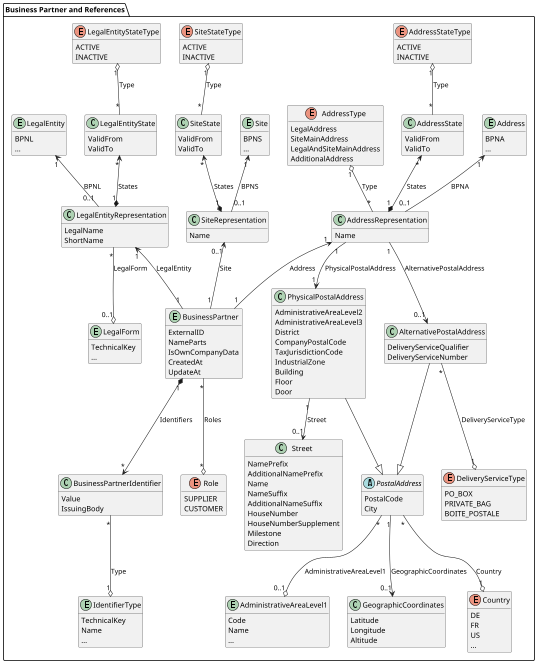
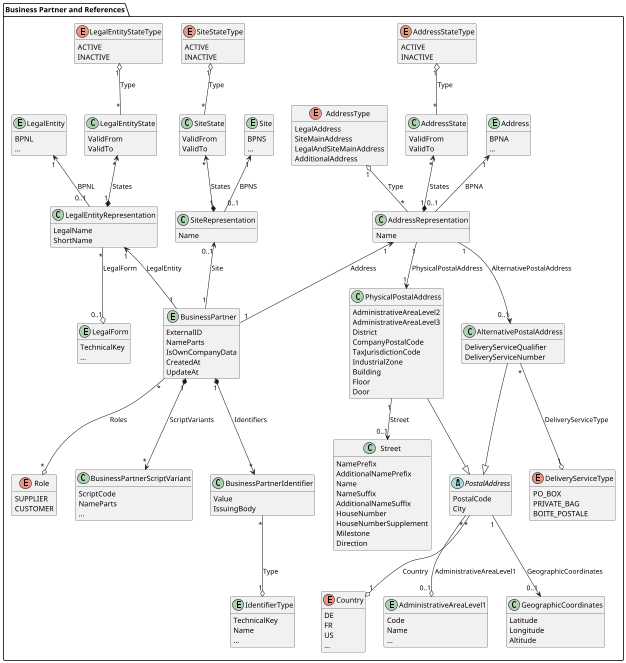
@startuml business-partner

skinparam dpi 50

package "Business Partner and References" {
  entity BusinessPartner {
    ExternalID
    NameParts
    IsOwnCompanyData
    CreatedAt
    UpdateAt
  }

  ' taken out from 24.05 using the separate entity states only
  ' class BusinessPartnerState {
  '   ValidFrom
  '   ValidTo
  ' }

  ' enum BusinessPartnerStateType {
  '   Active
  '   Inactive
  ' }

  class LegalEntityState {
    ValidFrom
    ValidTo
  }

  enum LegalEntityStateType {
    ACTIVE
    INACTIVE
  }

  class SiteState {
    ValidFrom
    ValidTo
  }

  enum SiteStateType{
    ACTIVE
    INACTIVE
  }

  class AddressState {
    ValidFrom
    ValidTo
  }

  enum AddressStateType{
    ACTIVE
    INACTIVE
  }

  class BusinessPartnerIdentifier {
    Value
    IssuingBody
  }

  ' taken out from 24.05, as not clear if this is modelled correctly
  ' class Classification{
  '   Value
  '   Code
  ' }

  ' enum ClassificationType {
  '   NACE
  '   NAF
  '   NAICS
  '   SIC
  ' }

  entity IdentifierType {
    TechnicalKey
    Name
    ...
  }

  enum Role {
    SUPPLIER
    CUSTOMER
  }

  entity LegalForm {
    TechnicalKey
    ...
  }

  entity LegalEntity {
    BPNL
    ...
  }

  class LegalEntityRepresentation {
    LegalName
    ShortName
  }

  entity Site {
    BPNS
    ...
  }

  class SiteRepresentation {
    Name
  }

  entity Address {
    BPNA
    ...
  }

  class AddressRepresentation {
    Name
  }

  ' not yet standardized, as not clear if operating company can correctly implement it
  ' class ConfidenceCriteria {
  '   SharedByOwner
  '   CheckedByExternalSource
  '   NumberOfSharingMembers
  '   LastConfidenceCheckAt
  '   NextConfidenceCheckAt
  '   ConfidenceLevel
  ' }

  class AddressRepresentation { }

  enum AddressType {
    LegalAddress
    SiteMainAddress
    LegalAndSiteMainAddress
    AdditionalAddress
  }

  class AlternativePostalAddress{
    DeliveryServiceQualifier
    DeliveryServiceNumber
  }

  enum DeliveryServiceType {
    PO_BOX
    PRIVATE_BAG
    BOITE_POSTALE
  }

  class PhysicalPostalAddress{
    AdministrativeAreaLevel2
    AdministrativeAreaLevel3
    District
    CompanyPostalCode
    TaxJurisdictionCode
    IndustrialZone
    Building
    Floor
    Door
  }

  abstract class PostalAddress{
    PostalCode
    City
  }

  enum Country {
    DE
    FR
    US
    ...
  }

  entity AdministrativeAreaLevel1{
    Code
    Name
    ...
  }

  class GeographicCoordinates {
    Latitude
    Longitude
    Altitude
  }

  class Street {
    NamePrefix
    AdditionalNamePrefix
    Name
    NameSuffix
    AdditionalNameSuffix
    HouseNumber
    HouseNumberSupplement
    Milestone
    Direction
  }

-   ' not implemented / standardized yet
-   ' class LegalEntityScriptVariant {
-   '   LegalName
-   '   ShortName
-   ' }
- 
-   ' class SiteScriptVariant {
-   '   Name
-   ' }
- 
-   ' class AddressScriptVariant {
-   '   Name
-   ' }
- 
-   ' class BusinessPartnerScriptVariant {
-   '   NameParts
-   ' }
- 
-   ' enum ScriptCode {
-   '   Arab
-   '   Cyrl
-   '   Hans
-   '   Jpan
-   '   Latn
-   '   ...
-   ' }
+   class BusinessPartnerScriptVariant {
+     ScriptCode
+     NameParts
+     ...
+   }

  BusinessPartner "1" -u-> "1" LegalEntityRepresentation : LegalEntity
  BusinessPartner "1" -u-> "0..1" SiteRepresentation : Site
  BusinessPartner "1" -u-> "1" AddressRepresentation : Address

  LegalEntityRepresentation "0..1" -u-> "1" LegalEntity : BPNL
  SiteRepresentation "0..1" -u-> "1" Site : BPNS
  AddressRepresentation "0..1" -u-> "1" Address : BPNA

  AddressRepresentation "*" -u-o "1" AddressType : Type
  AddressRepresentation "1" -d-> "0..1" AlternativePostalAddress : AlternativePostalAddress
  AlternativePostalAddress "*" -d-o "1" DeliveryServiceType : DeliveryServiceType
  AlternativePostalAddress -d-|> PostalAddress

  AddressRepresentation "1" -d-> "1" PhysicalPostalAddress : PhysicalPostalAddress
  PhysicalPostalAddress "1" -d-> "0..1" Street : Street
  PhysicalPostalAddress -d-|> PostalAddress

  PostalAddress "*" -d-o "1" Country : Country
  PostalAddress "*" -d-o "0..1" AdministrativeAreaLevel1 : AdministrativeAreaLevel1
  PostalAddress "1" -d-> "0..1" GeographicCoordinates : GeographicCoordinates

  ' not yet standardized, as not clear if operating company can correctly implement it
  ' LegalEntityRepresentation "1" -u-> "1" ConfidenceCriteria : ConfidenceCriteria
  ' SiteRepresentation "1" -u-> "1" ConfidenceCriteria : ConfidenceCriteria
  ' AddressRepresentation "1" -u-> "1" ConfidenceCriteria : ConfidenceCriteria

  ' taken out from 24.05 using the separate entity states only
  ' BusinessPartner "1" *-d-> "*" BusinessPartnerState : States
  ' BusinessPartnerState "*" -d-o "1" BusinessPartnerStateType : Type

  LegalEntityRepresentation "1" *-u-> "*" LegalEntityState : States
  LegalEntityState "*" -u-o "1" LegalEntityStateType : Type

  SiteRepresentation "1" *-u-> "*" SiteState : States
  SiteState "*" -u-o "1" SiteStateType : Type

  AddressRepresentation "1" *-u-> "*" AddressState : States
  AddressState "*" -u-o "1" AddressStateType : Type

  BusinessPartner "1" *-d-> "*" BusinessPartnerIdentifier : Identifiers
  BusinessPartnerIdentifier "*" -d-o "1" IdentifierType : Type

  BusinessPartner "*" -d-o "*" Role : Roles

  ' taken out from 24.05, as not clear if this is modelled correctly
  ' LegalEntityRepresentation "1" *-d-> "*" Classification : Classifications
  ' Classification "*" -d-o "1" ClassificationType : Type

  LegalEntityRepresentation "*" -d-o "0..1" LegalForm : LegalForm

-   ' not implemented / standardized yet
-   ' LegalEntityRepresentation "1" *--> "*" LegalEntityScriptVariant : ScriptVariants
-   ' LegalEntityScriptVariant "*" --o "1" ScriptCode : ScriptCode
- 
-   ' SiteRepresentation "1" *--> "*" SiteScriptVariant : ScriptVariants
-   ' SiteScriptVariant "*" --o "1" ScriptCode : ScriptCode
- 
-   ' AddressRepresentation "1" *--> "*" AddressScriptVariant : ScriptVariants
-   ' AddressScriptVariant "*" --o "1" ScriptCode : ScriptCode
-   ' AddressScriptVariant "1" -d-> "1" PhysicalPostalAddress : PhysicalPostalAddress
-   ' AddressScriptVariant "1" -d-> "0..1" AlternativePostalAddress : AlternativePostalAddress
- 
-   ' BusinessPartner "1" *--> "*" BusinessPartnerScriptVariant : ScriptVariants
-   ' BusinessPartnerScriptVariant "*" --o "1" ScriptCode : ScriptCode
+   BusinessPartner "1" *-d-> "*" BusinessPartnerScriptVariant : ScriptVariants
}

hide methods
hide AddressRepresentation methods
hide LegalEntityRepresentation methods
hide SiteRepresentation methods
@enduml